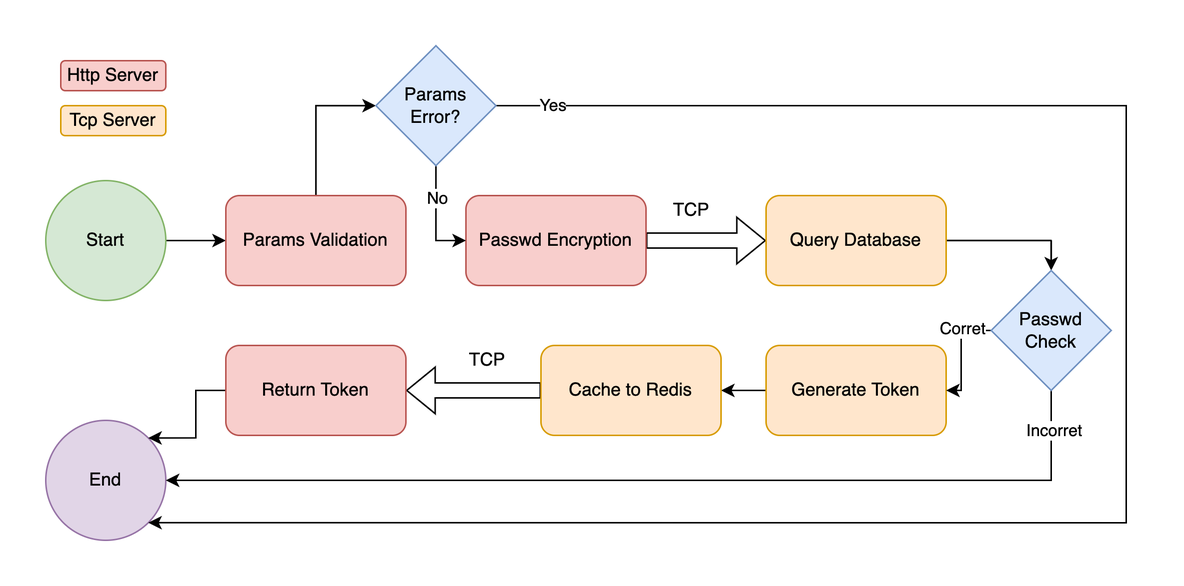
Above: assets/login-flow.drawio.png in weizsw/entry-task (draw.io), before the change. Source tidied: cells renumbered, new cells last; positions are measured from the earlier drawing's top-left corner, leaving out a move shared by most shapes.
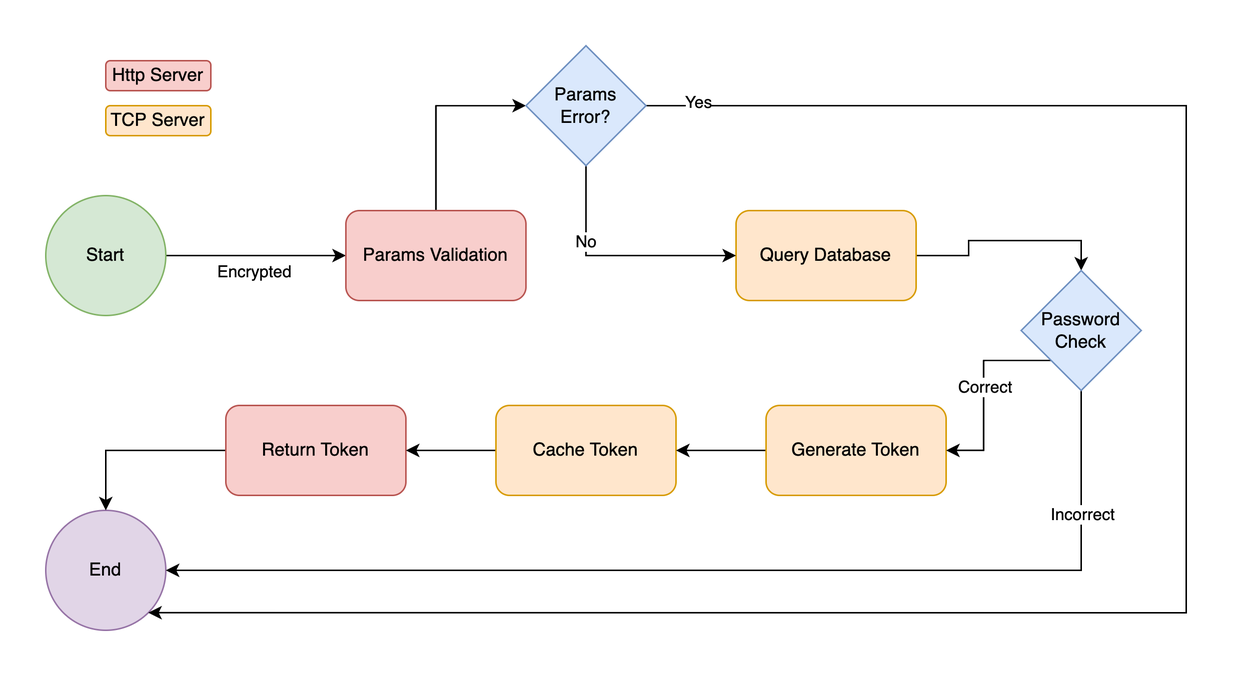
Later version of the same file.

Diff of the diagram source:
```diff
@@ -2,99 +2,94 @@
   <root>
     <mxCell id="0" />
     <mxCell id="1" parent="0" />
-    <mxCell id="2" style="edgeStyle=orthogonalEdgeStyle;rounded=0;jettySize=auto;html=1;exitX=1;exitY=0.5;exitDx=0;exitDy=0;entryX=0;entryY=0.5;entryDx=0;entryDy=0;" parent="1" edge="1" source="3" target="6">
+    <mxCell id="2" style="edgeStyle=orthogonalEdgeStyle;rounded=0;jettySize=auto;html=1;exitX=1;exitY=0.5;exitDx=0;exitDy=0;" parent="1" edge="1" source="3" target="6">
       <mxGeometry relative="1" as="geometry" />
     </mxCell>
+    <mxCell id="31" value="Encrypted" style="edgeLabel;html=1;align=center;verticalAlign=middle;" parent="2" vertex="1">
+      <mxGeometry x="-0.1" y="-3" relative="1" as="geometry">
+        <mxPoint x="4" y="7" as="offset" />
+      </mxGeometry>
+    </mxCell>
     <mxCell id="3" value="Start" style="ellipse;whiteSpace=wrap;html=1;fillColor=#d5e8d4;strokeColor=#82b366;" parent="1" vertex="1">
-      <mxGeometry y="90" width="80" height="80" as="geometry" />
+      <mxGeometry x="-30" y="90" width="80" height="80" as="geometry" />
     </mxCell>
     <mxCell id="4" value="End" style="ellipse;whiteSpace=wrap;html=1;fillColor=#e1d5e7;strokeColor=#9673a6;" parent="1" vertex="1">
-      <mxGeometry y="250" width="80" height="80" as="geometry" />
+      <mxGeometry x="-30" y="300" width="80" height="80" as="geometry" />
     </mxCell>
     <mxCell id="5" style="edgeStyle=orthogonalEdgeStyle;rounded=0;jettySize=auto;html=1;exitX=0.5;exitY=0;exitDx=0;exitDy=0;entryX=0;entryY=0.5;entryDx=0;entryDy=0;" parent="1" edge="1" source="6" target="21">
       <mxGeometry relative="1" as="geometry" />
     </mxCell>
     <mxCell id="6" value="Params Validation" style="rounded=1;whiteSpace=wrap;html=1;fillColor=#f8cecc;strokeColor=#b85450;" parent="1" vertex="1">
-      <mxGeometry x="120" y="100" width="120" height="60" as="geometry" />
+      <mxGeometry x="170" y="100" width="120" height="60" as="geometry" />
     </mxCell>
-    <mxCell id="7" style="edgeStyle=orthogonalEdgeStyle;rounded=0;jettySize=auto;html=1;exitX=1;exitY=0.5;exitDx=0;exitDy=0;entryX=0;entryY=0.5;entryDx=0;entryDy=0;shape=flexArrow;" parent="1" edge="1" source="8" target="10">
-      <mxGeometry relative="1" as="geometry" />
-    </mxCell>
-    <mxCell id="8" value="Passwd Encryption" style="rounded=1;whiteSpace=wrap;html=1;fillColor=#f8cecc;strokeColor=#b85450;" parent="1" vertex="1">
-      <mxGeometry x="280" y="100" width="120" height="60" as="geometry" />
-    </mxCell>
-    <mxCell id="9" style="edgeStyle=orthogonalEdgeStyle;rounded=0;jettySize=auto;html=1;exitX=1;exitY=0.5;exitDx=0;exitDy=0;entryX=0.5;entryY=0;entryDx=0;entryDy=0;" parent="1" edge="1" source="10" target="28">
-      <mxGeometry relative="1" as="geometry" />
-    </mxCell>
+    <mxCell id="32" style="edgeStyle=orthogonalEdgeStyle;rounded=0;jettySize=auto;html=1;exitX=1;exitY=0.5;exitDx=0;exitDy=0;entryX=0.5;entryY=0;entryDx=0;entryDy=0;" parent="1" edge="1" source="10" target="41">
+      <mxGeometry relative="1" as="geometry" />
+    </mxCell>
     <mxCell id="10" value="Query Database" style="rounded=1;whiteSpace=wrap;html=1;fillColor=#ffe6cc;strokeColor=#d79b00;" parent="1" vertex="1">
-      <mxGeometry x="480" y="100" width="120" height="60" as="geometry" />
+      <mxGeometry x="430" y="100" width="120" height="60" as="geometry" />
     </mxCell>
-    <mxCell id="11" style="edgeStyle=orthogonalEdgeStyle;rounded=0;jettySize=auto;html=1;exitX=0;exitY=0.5;exitDx=0;exitDy=0;" parent="1" edge="1" source="12" target="14">
-      <mxGeometry relative="1" as="geometry" />
-    </mxCell>
-    <mxCell id="12" value="Generate Token" style="rounded=1;whiteSpace=wrap;html=1;fillColor=#ffe6cc;strokeColor=#d79b00;" parent="1" vertex="1">
-      <mxGeometry x="480" y="200" width="120" height="60" as="geometry" />
-    </mxCell>
-    <mxCell id="13" style="edgeStyle=orthogonalEdgeStyle;shape=flexArrow;rounded=0;jettySize=auto;html=1;exitX=0;exitY=0.5;exitDx=0;exitDy=0;entryX=1;entryY=0.5;entryDx=0;entryDy=0;" parent="1" edge="1" source="14" target="16">
-      <mxGeometry relative="1" as="geometry" />
-    </mxCell>
-    <mxCell id="14" value="Cache to Redis" style="rounded=1;whiteSpace=wrap;html=1;fillColor=#ffe6cc;strokeColor=#d79b00;" parent="1" vertex="1">
-      <mxGeometry x="330" y="200" width="120" height="60" as="geometry" />
-    </mxCell>
-    <mxCell id="15" style="edgeStyle=orthogonalEdgeStyle;rounded=0;jettySize=auto;html=1;exitX=0;exitY=0.5;exitDx=0;exitDy=0;entryX=1;entryY=0;entryDx=0;entryDy=0;" parent="1" edge="1" source="16" target="4">
-      <mxGeometry relative="1" as="geometry" />
-    </mxCell>
-    <mxCell id="16" value="Return Token" style="rounded=1;whiteSpace=wrap;html=1;fillColor=#f8cecc;strokeColor=#b85450;" parent="1" vertex="1">
-      <mxGeometry x="120" y="200" width="120" height="60" as="geometry" />
-    </mxCell>
-    <mxCell id="17" style="edgeStyle=orthogonalEdgeStyle;rounded=0;jettySize=auto;html=1;exitX=0.5;exitY=1;exitDx=0;exitDy=0;entryX=0;entryY=0.5;entryDx=0;entryDy=0;" parent="1" edge="1" source="21" target="8">
-      <mxGeometry relative="1" as="geometry" />
-    </mxCell>
+    <mxCell id="33" style="edgeStyle=orthogonalEdgeStyle;rounded=0;jettySize=auto;html=1;exitX=0.5;exitY=1;exitDx=0;exitDy=0;entryX=0;entryY=0.5;entryDx=0;entryDy=0;" parent="1" edge="1" source="21" target="10">
+      <mxGeometry relative="1" as="geometry" />
+    </mxCell>
-    <mxCell id="18" value="No" style="edgeLabel;html=1;align=center;verticalAlign=middle;" parent="17" vertex="1">
-      <mxGeometry x="-0.4" relative="1" as="geometry" />
+    <mxCell id="18" value="No" style="edgeLabel;html=1;align=center;verticalAlign=middle;" parent="33" vertex="1">
+      <mxGeometry x="-0.39" y="-1" relative="1" as="geometry">
+        <mxPoint y="1" as="offset" />
+      </mxGeometry>
     </mxCell>
     <mxCell id="19" style="edgeStyle=orthogonalEdgeStyle;rounded=0;jettySize=auto;html=1;exitX=1;exitY=0.5;exitDx=0;exitDy=0;entryX=1;entryY=1;entryDx=0;entryDy=0;" parent="1" edge="1" source="21" target="4">
       <mxGeometry relative="1" as="geometry">
         <Array as="points">
-          <mxPoint x="720" y="40" />
-          <mxPoint x="720" y="318" />
+          <mxPoint x="730" y="30" />
+          <mxPoint x="730" y="368" />
         </Array>
       </mxGeometry>
     </mxCell>
     <mxCell id="20" value="Yes" style="edgeLabel;html=1;align=center;verticalAlign=middle;" parent="19" vertex="1">
-      <mxGeometry x="-0.94" y="1" relative="1" as="geometry" />
+      <mxGeometry x="-0.95" y="4" relative="1" as="geometry">
+        <mxPoint y="1" as="offset" />
+      </mxGeometry>
     </mxCell>
     <mxCell id="21" value="Params&lt;br&gt;Error?" style="rhombus;whiteSpace=wrap;html=1;fillColor=#dae8fc;strokeColor=#6c8ebf;" parent="1" vertex="1">
-      <mxGeometry x="220" width="80" height="80" as="geometry" />
+      <mxGeometry x="290" y="-10" width="80" height="80" as="geometry" />
     </mxCell>
-    <mxCell id="22" value="TCP" style="text;html=1;align=center;verticalAlign=middle;strokeColor=none;fillColor=none;" parent="1" vertex="1">
-      <mxGeometry x="410" y="100" width="40" height="20" as="geometry" />
-    </mxCell>
-    <mxCell id="23" value="TCP" style="text;html=1;align=center;verticalAlign=middle;strokeColor=none;fillColor=none;" parent="1" vertex="1">
-      <mxGeometry x="274" y="200" width="40" height="20" as="geometry" />
-    </mxCell>
-    <mxCell id="24" style="edgeStyle=orthogonalEdgeStyle;rounded=0;jettySize=auto;html=1;exitX=0.5;exitY=1;exitDx=0;exitDy=0;entryX=1;entryY=0.5;entryDx=0;entryDy=0;" parent="1" edge="1" source="28" target="4">
-      <mxGeometry relative="1" as="geometry" />
-    </mxCell>
-    <mxCell id="25" value="Incorret" style="edgeLabel;html=1;align=center;verticalAlign=middle;" parent="24" vertex="1">
-      <mxGeometry x="-0.92" y="1" relative="1" as="geometry" />
-    </mxCell>
-    <mxCell id="26" style="edgeStyle=orthogonalEdgeStyle;rounded=0;jettySize=auto;html=1;exitX=0;exitY=0.5;exitDx=0;exitDy=0;entryX=1;entryY=0.5;entryDx=0;entryDy=0;" parent="1" edge="1" source="28" target="12">
-      <mxGeometry relative="1" as="geometry" />
-    </mxCell>
-    <mxCell id="27" value="Corret" style="edgeLabel;html=1;align=center;verticalAlign=middle;" parent="26" vertex="1">
-      <mxGeometry x="-0.43" y="-2" relative="1" as="geometry">
-        <mxPoint x="2" y="-2" as="offset" />
-      </mxGeometry>
-    </mxCell>
-    <mxCell id="28" value="Passwd&lt;br&gt;Check" style="rhombus;whiteSpace=wrap;html=1;fillColor=#dae8fc;strokeColor=#6c8ebf;" parent="1" vertex="1">
-      <mxGeometry x="630" y="150" width="80" height="80" as="geometry" />
-    </mxCell>
+    <mxCell id="15" style="edgeStyle=orthogonalEdgeStyle;rounded=0;jettySize=auto;html=1;exitX=0;exitY=0.5;exitDx=0;exitDy=0;entryX=0.5;entryY=0;entryDx=0;entryDy=0;" parent="1" edge="1" source="16" target="4">
+      <mxGeometry relative="1" as="geometry" />
+    </mxCell>
+    <mxCell id="16" value="Return Token" style="rounded=1;whiteSpace=wrap;html=1;fillColor=#f8cecc;strokeColor=#b85450;" parent="1" vertex="1">
+      <mxGeometry x="90" y="230" width="120" height="60" as="geometry" />
+    </mxCell>
+    <mxCell id="34" style="edgeStyle=orthogonalEdgeStyle;rounded=0;jettySize=auto;html=1;exitX=0;exitY=0.5;exitDx=0;exitDy=0;" parent="1" edge="1" source="35" target="16">
+      <mxGeometry relative="1" as="geometry" />
+    </mxCell>
+    <mxCell id="35" value="Cache Token" style="rounded=1;whiteSpace=wrap;html=1;fillColor=#ffe6cc;strokeColor=#d79b00;" parent="1" vertex="1">
+      <mxGeometry x="270" y="230" width="120" height="60" as="geometry" />
+    </mxCell>
+    <mxCell id="36" style="edgeStyle=orthogonalEdgeStyle;rounded=0;jettySize=auto;html=1;exitX=0;exitY=0.5;exitDx=0;exitDy=0;" parent="1" edge="1" source="12" target="35">
+      <mxGeometry relative="1" as="geometry" />
+    </mxCell>
+    <mxCell id="12" value="Generate Token" style="rounded=1;whiteSpace=wrap;html=1;fillColor=#ffe6cc;strokeColor=#d79b00;" parent="1" vertex="1">
+      <mxGeometry x="450" y="230" width="120" height="60" as="geometry" />
+    </mxCell>
+    <mxCell id="37" style="edgeStyle=orthogonalEdgeStyle;rounded=0;jettySize=auto;html=1;exitX=0;exitY=1;exitDx=0;exitDy=0;entryX=1;entryY=0.5;entryDx=0;entryDy=0;" parent="1" edge="1" source="41" target="12">
+      <mxGeometry relative="1" as="geometry" />
+    </mxCell>
+    <mxCell id="38" value="Correct" style="edgeLabel;html=1;align=center;verticalAlign=middle;" parent="37" vertex="1">
+      <mxGeometry x="-0.05" relative="1" as="geometry" />
+    </mxCell>
+    <mxCell id="39" style="edgeStyle=orthogonalEdgeStyle;rounded=0;jettySize=auto;html=1;exitX=0.5;exitY=1;exitDx=0;exitDy=0;entryX=1;entryY=0.5;entryDx=0;entryDy=0;" parent="1" edge="1" source="41" target="4">
+      <mxGeometry relative="1" as="geometry" />
+    </mxCell>
+    <mxCell id="40" value="Incorrect" style="edgeLabel;html=1;align=center;verticalAlign=middle;" parent="39" vertex="1">
+      <mxGeometry x="-0.78" relative="1" as="geometry" />
+    </mxCell>
+    <mxCell id="41" value="Password&lt;br&gt;Check" style="rhombus;whiteSpace=wrap;html=1;fillColor=#dae8fc;strokeColor=#6c8ebf;" parent="1" vertex="1">
+      <mxGeometry x="620" y="140" width="80" height="80" as="geometry" />
+    </mxCell>
     <mxCell id="29" value="Http Server" style="rounded=1;whiteSpace=wrap;html=1;fillColor=#f8cecc;strokeColor=#b85450;" parent="1" vertex="1">
-      <mxGeometry x="10" y="10" width="70" height="20" as="geometry" />
+      <mxGeometry x="10" width="70" height="20" as="geometry" />
     </mxCell>
-    <mxCell id="30" value="Tcp Server" style="rounded=1;whiteSpace=wrap;html=1;fillColor=#ffe6cc;strokeColor=#d79b00;" parent="1" vertex="1">
-      <mxGeometry x="10" y="40" width="70" height="20" as="geometry" />
-    </mxCell>
+    <mxCell id="42" value="TCP Server" style="rounded=1;whiteSpace=wrap;html=1;fillColor=#ffe6cc;strokeColor=#d79b00;" parent="1" vertex="1">
+      <mxGeometry x="10" y="30" width="70" height="20" as="geometry" />
+    </mxCell>
   </root>
 </mxGraphModel>
```
